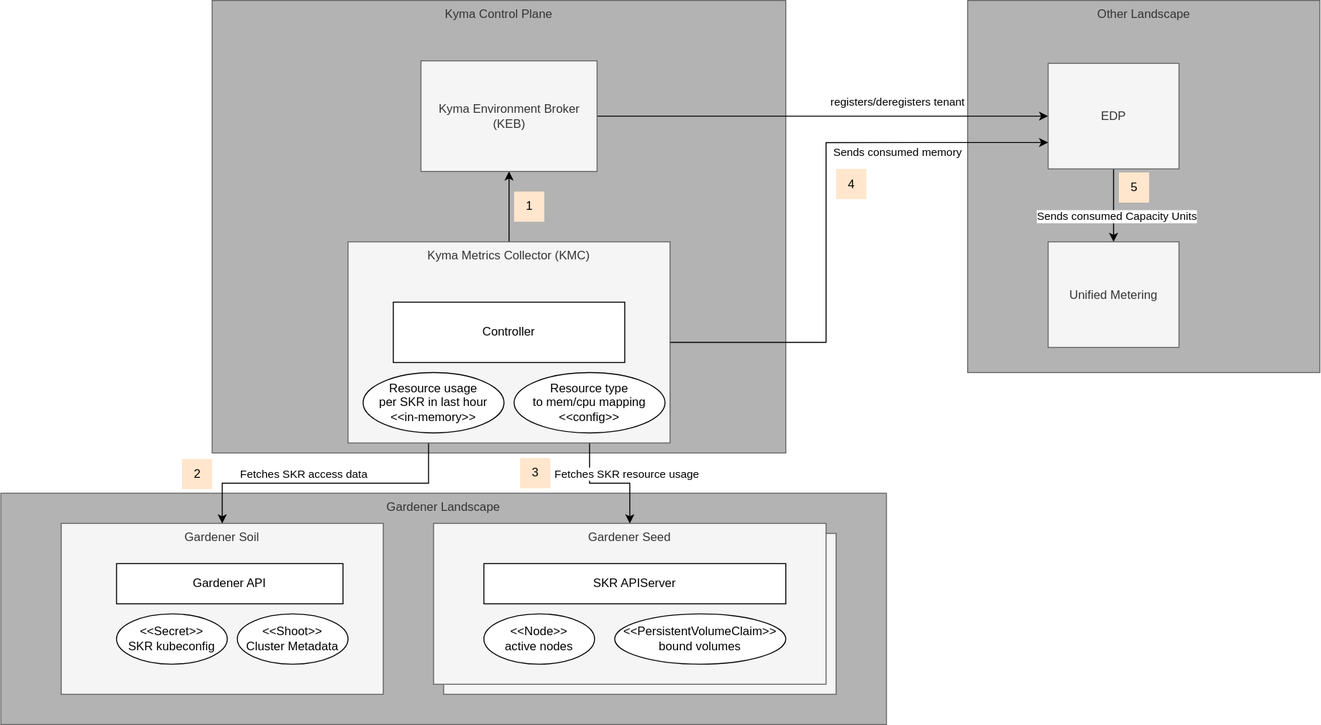
Earlier version of the draw.io export docs/contributor/assets/arch.drawio.svg (kyma-project/kyma-metrics-collector). Source tidied: cells renumbered, new cells last; positions are measured from the earlier drawing's top-left corner, leaving out a move shared by most shapes. The source it was exported from:
```xml
<mxGraphModel>
  <root>
    <mxCell id="0" />
    <mxCell id="1" parent="0" />
    <mxCell id="2" value="Gardener Landscape" style="rounded=0;whiteSpace=wrap;html=1;verticalAlign=top;fillColor=#B3B3B3;fontColor=#333333;strokeColor=#666666;gradientColor=none;" parent="1" vertex="1">
      <mxGeometry y="490" width="880" height="230" as="geometry" />
    </mxCell>
    <mxCell id="3" value="Other Landscape" style="rounded=0;whiteSpace=wrap;html=1;verticalAlign=top;fillColor=#B3B3B3;fontColor=#333333;strokeColor=#666666;gradientColor=none;" parent="1" vertex="1">
      <mxGeometry x="960.7" width="350" height="370" as="geometry" />
    </mxCell>
    <mxCell id="4" value="Kyma Control Plane" style="rounded=0;whiteSpace=wrap;html=1;verticalAlign=top;fillColor=#B3B3B3;fontColor=#333333;strokeColor=#666666;gradientColor=none;" parent="1" vertex="1">
      <mxGeometry x="210" width="570" height="450" as="geometry" />
    </mxCell>
    <mxCell id="5" value="Gardener Seed" style="rounded=0;whiteSpace=wrap;html=1;fillColor=#f5f5f5;fontColor=#333333;strokeColor=#666666;verticalAlign=top;" parent="1" vertex="1">
      <mxGeometry x="440" y="530" width="390" height="160" as="geometry" />
    </mxCell>
    <mxCell id="6" value="Gardener Soil" style="rounded=0;whiteSpace=wrap;html=1;fillColor=#f5f5f5;fontColor=#333333;strokeColor=#666666;verticalAlign=top;" parent="1" vertex="1">
      <mxGeometry x="60" y="520" width="320" height="170" as="geometry" />
    </mxCell>
    <mxCell id="7" value="Gardener API" style="rounded=0;whiteSpace=wrap;html=1;" parent="1" vertex="1">
      <mxGeometry x="115" y="560" width="225" height="40" as="geometry" />
    </mxCell>
    <mxCell id="8" value="&amp;lt;&amp;lt;Secret&amp;gt;&amp;gt;&lt;br&gt;SKR kubeconfig" style="ellipse;whiteSpace=wrap;html=1;" parent="1" vertex="1">
      <mxGeometry x="115" y="610" width="110" height="50" as="geometry" />
    </mxCell>
    <mxCell id="9" value="&amp;lt;&amp;lt;Shoot&amp;gt;&amp;gt;&lt;br&gt;Cluster Metadata" style="ellipse;whiteSpace=wrap;html=1;" parent="1" vertex="1">
      <mxGeometry x="235" y="610" width="110" height="50" as="geometry" />
    </mxCell>
    <mxCell id="10" value="Gardener Seed" style="rounded=0;whiteSpace=wrap;html=1;fillColor=#f5f5f5;fontColor=#333333;strokeColor=#666666;verticalAlign=top;" parent="1" vertex="1">
      <mxGeometry x="430" y="520" width="390" height="160" as="geometry" />
    </mxCell>
    <mxCell id="11" value="SKR APIServer" style="rounded=0;whiteSpace=wrap;html=1;" parent="1" vertex="1">
      <mxGeometry x="480" y="560" width="300" height="40" as="geometry" />
    </mxCell>
    <mxCell id="12" value="&amp;lt;&amp;lt;Node&amp;gt;&amp;gt;&lt;br&gt;active nodes" style="ellipse;whiteSpace=wrap;html=1;" parent="1" vertex="1">
      <mxGeometry x="480" y="610" width="110" height="50" as="geometry" />
    </mxCell>
    <mxCell id="13" value="&amp;lt;&amp;lt;PersistentVolumeClaim&amp;gt;&amp;gt;&lt;br&gt;bound volumes" style="ellipse;whiteSpace=wrap;html=1;" parent="1" vertex="1">
      <mxGeometry x="610" y="610" width="170" height="50" as="geometry" />
    </mxCell>
    <mxCell id="14" style="edgeStyle=orthogonalEdgeStyle;rounded=0;jettySize=auto;html=1;exitX=0.25;exitY=1;exitDx=0;exitDy=0;" parent="1" edge="1" source="21" target="6">
      <mxGeometry relative="1" as="geometry" />
    </mxCell>
    <mxCell id="15" value="Fetches SKR access data" style="edgeLabel;html=1;align=center;verticalAlign=middle;" parent="14" vertex="1">
      <mxGeometry x="0.34" y="-4" relative="1" as="geometry">
        <mxPoint x="26" y="-6" as="offset" />
      </mxGeometry>
    </mxCell>
    <mxCell id="16" style="edgeStyle=orthogonalEdgeStyle;rounded=0;jettySize=auto;html=1;exitX=0.75;exitY=1;exitDx=0;exitDy=0;" parent="1" edge="1" source="21" target="10">
      <mxGeometry relative="1" as="geometry" />
    </mxCell>
    <mxCell id="17" value="Fetches SKR resource usage" style="edgeLabel;html=1;align=center;verticalAlign=middle;" parent="16" vertex="1">
      <mxGeometry x="0.17" y="4" relative="1" as="geometry">
        <mxPoint x="6" y="-6" as="offset" />
      </mxGeometry>
    </mxCell>
    <mxCell id="18" style="edgeStyle=orthogonalEdgeStyle;rounded=0;jettySize=auto;html=1;exitX=1;exitY=0.5;exitDx=0;exitDy=0;entryX=0;entryY=0.75;entryDx=0;entryDy=0;" parent="1" edge="1" source="21" target="28">
      <mxGeometry relative="1" as="geometry">
        <Array as="points">
          <mxPoint x="820" y="340" />
          <mxPoint x="820" y="141" />
        </Array>
      </mxGeometry>
    </mxCell>
    <mxCell id="19" value="Sends consumed memory" style="edgeLabel;html=1;align=center;verticalAlign=middle;" parent="18" vertex="1">
      <mxGeometry x="0.54" y="2" relative="1" as="geometry">
        <mxPoint x="-19" y="11" as="offset" />
      </mxGeometry>
    </mxCell>
    <mxCell id="20" style="edgeStyle=none;html=1;exitX=0.5;exitY=0;exitDx=0;exitDy=0;entryX=0.5;entryY=1;entryDx=0;entryDy=0;" parent="1" edge="1" source="21" target="25">
      <mxGeometry relative="1" as="geometry" />
    </mxCell>
    <mxCell id="21" value="Kyma Metrics Collector (KMC)" style="rounded=0;whiteSpace=wrap;html=1;fillColor=#f5f5f5;fontColor=#333333;strokeColor=#666666;verticalAlign=top;" parent="1" vertex="1">
      <mxGeometry x="345" y="240" width="320" height="200" as="geometry" />
    </mxCell>
    <mxCell id="22" value="Controller" style="rounded=0;whiteSpace=wrap;html=1;" parent="1" vertex="1">
      <mxGeometry x="390" y="300" width="230" height="60" as="geometry" />
    </mxCell>
    <mxCell id="23" style="edgeStyle=orthogonalEdgeStyle;rounded=0;jettySize=auto;html=1;exitX=1;exitY=0.5;exitDx=0;exitDy=0;" parent="1" edge="1" source="25" target="28">
      <mxGeometry relative="1" as="geometry" />
    </mxCell>
    <mxCell id="24" value="registers/deregisters tenant" style="edgeLabel;html=1;align=center;verticalAlign=middle;" parent="23" vertex="1">
      <mxGeometry x="0.53" y="1" relative="1" as="geometry">
        <mxPoint x="-45" y="-14" as="offset" />
      </mxGeometry>
    </mxCell>
    <mxCell id="25" value="Kyma Environment Broker (KEB)" style="rounded=0;whiteSpace=wrap;html=1;fillColor=#f5f5f5;fontColor=#333333;strokeColor=#666666;verticalAlign=middle;" parent="1" vertex="1">
      <mxGeometry x="417.5" y="60" width="175" height="110" as="geometry" />
    </mxCell>
    <mxCell id="26" style="edgeStyle=orthogonalEdgeStyle;rounded=0;jettySize=auto;html=1;entryX=0.5;entryY=0;entryDx=0;entryDy=0;" parent="1" edge="1" source="28" target="29">
      <mxGeometry relative="1" as="geometry" />
    </mxCell>
    <mxCell id="27" value="Sends consumed Capacity Units" style="edgeLabel;html=1;align=center;verticalAlign=middle;" parent="26" vertex="1">
      <mxGeometry x="0.27" y="3" relative="1" as="geometry">
        <mxPoint y="1" as="offset" />
      </mxGeometry>
    </mxCell>
    <mxCell id="28" value="EDP" style="rounded=0;whiteSpace=wrap;html=1;fillColor=#f5f5f5;fontColor=#333333;strokeColor=#666666;verticalAlign=middle;" parent="1" vertex="1">
      <mxGeometry x="1040.7" y="62.5" width="130" height="105" as="geometry" />
    </mxCell>
    <mxCell id="29" value="Unified Metering" style="rounded=0;whiteSpace=wrap;html=1;fillColor=#f5f5f5;fontColor=#333333;strokeColor=#666666;verticalAlign=middle;" parent="1" vertex="1">
      <mxGeometry x="1040.7" y="240" width="130" height="105" as="geometry" />
    </mxCell>
    <mxCell id="30" value="Resource usage&lt;br&gt;per SKR in last hour&lt;br&gt;&amp;lt;&amp;lt;in-memory&amp;gt;&amp;gt;" style="ellipse;whiteSpace=wrap;html=1;" parent="1" vertex="1">
      <mxGeometry x="360" y="370" width="140" height="60" as="geometry" />
    </mxCell>
    <mxCell id="31" value="Resource type&lt;br&gt;to mem/cpu mapping&lt;br&gt;&amp;lt;&amp;lt;config&amp;gt;&amp;gt;" style="ellipse;whiteSpace=wrap;html=1;" parent="1" vertex="1">
      <mxGeometry x="510" y="370" width="150" height="60" as="geometry" />
    </mxCell>
    <mxCell id="32" value="5" style="text;html=1;align=center;verticalAlign=middle;strokeColor=none;fillColor=#FFE6CC;" parent="1" vertex="1">
      <mxGeometry x="1111" y="171" width="30" height="30" as="geometry" />
    </mxCell>
    <mxCell id="33" value="4" style="text;html=1;align=center;verticalAlign=middle;strokeColor=none;fillColor=#FFE6CC;" parent="1" vertex="1">
      <mxGeometry x="830" y="167.5" width="30" height="30" as="geometry" />
    </mxCell>
    <mxCell id="34" value="1" style="text;html=1;align=center;verticalAlign=middle;strokeColor=none;fillColor=#FFE6CC;" parent="1" vertex="1">
      <mxGeometry x="510" y="190" width="30" height="30" as="geometry" />
    </mxCell>
    <mxCell id="35" value="2" style="text;html=1;align=center;verticalAlign=middle;strokeColor=none;fillColor=#FFE6CC;" parent="1" vertex="1">
      <mxGeometry x="180" y="456" width="30" height="30" as="geometry" />
    </mxCell>
    <mxCell id="36" value="3" style="text;html=1;align=center;verticalAlign=middle;strokeColor=none;fillColor=#FFE6CC;" parent="1" vertex="1">
      <mxGeometry x="516" y="455" width="30" height="30" as="geometry" />
    </mxCell>
  </root>
</mxGraphModel>
```
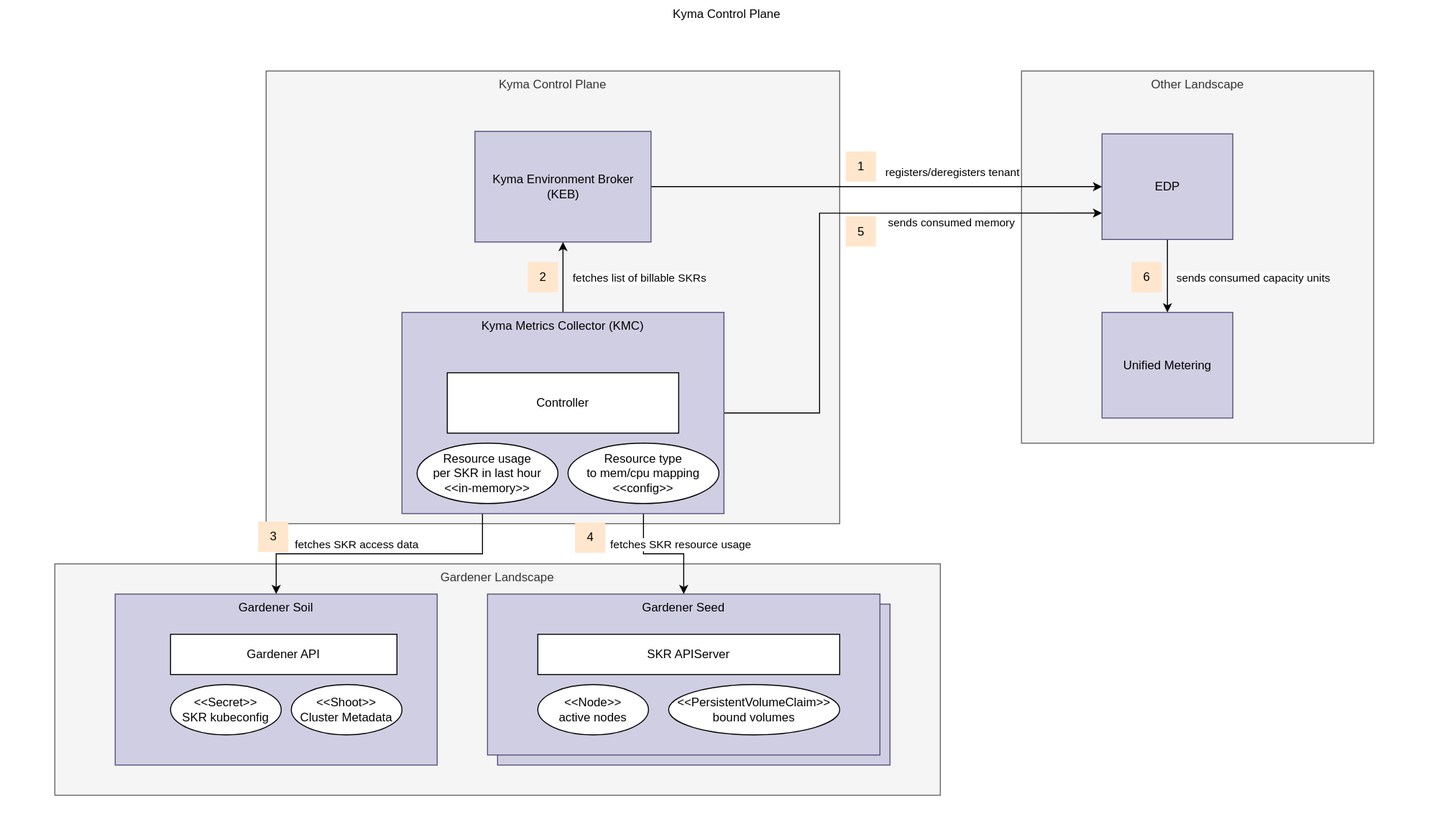
After the commit.

What changed in the source:
```diff
@@ -2,19 +2,22 @@
   <root>
     <mxCell id="0" />
     <mxCell id="1" parent="0" />
+    <mxCell id="37" value="Kyma Control Plane" style="rounded=0;whiteSpace=wrap;html=1;verticalAlign=top;strokeColor=none;" parent="1" vertex="1">
+      <mxGeometry x="-54" y="-70" width="1444" height="820" as="geometry" />
+    </mxCell>
-    <mxCell id="2" value="Gardener Landscape" style="rounded=0;whiteSpace=wrap;html=1;verticalAlign=top;fillColor=#B3B3B3;fontColor=#333333;strokeColor=#666666;gradientColor=none;" parent="1" vertex="1">
+    <mxCell id="2" value="Gardener Landscape" style="rounded=0;whiteSpace=wrap;html=1;verticalAlign=top;fillColor=#f5f5f5;fontColor=#333333;strokeColor=#666666;" parent="1" vertex="1">
       <mxGeometry y="490" width="880" height="230" as="geometry" />
     </mxCell>
-    <mxCell id="3" value="Other Landscape" style="rounded=0;whiteSpace=wrap;html=1;verticalAlign=top;fillColor=#B3B3B3;fontColor=#333333;strokeColor=#666666;gradientColor=none;" parent="1" vertex="1">
+    <mxCell id="3" value="Other Landscape" style="rounded=0;whiteSpace=wrap;html=1;verticalAlign=top;fillColor=#f5f5f5;fontColor=#333333;strokeColor=#666666;" parent="1" vertex="1">
       <mxGeometry x="960.7" width="350" height="370" as="geometry" />
     </mxCell>
-    <mxCell id="4" value="Kyma Control Plane" style="rounded=0;whiteSpace=wrap;html=1;verticalAlign=top;fillColor=#B3B3B3;fontColor=#333333;strokeColor=#666666;gradientColor=none;" parent="1" vertex="1">
+    <mxCell id="4" value="Kyma Control Plane" style="rounded=0;whiteSpace=wrap;html=1;verticalAlign=top;fillColor=#f5f5f5;fontColor=#333333;strokeColor=#666666;" parent="1" vertex="1">
       <mxGeometry x="210" width="570" height="450" as="geometry" />
     </mxCell>
-    <mxCell id="5" value="Gardener Seed" style="rounded=0;whiteSpace=wrap;html=1;fillColor=#f5f5f5;fontColor=#333333;strokeColor=#666666;verticalAlign=top;" parent="1" vertex="1">
+    <mxCell id="5" value="Gardener Seed" style="rounded=0;whiteSpace=wrap;html=1;fillColor=#d0cee2;strokeColor=#56517e;verticalAlign=top;" parent="1" vertex="1">
       <mxGeometry x="440" y="530" width="390" height="160" as="geometry" />
     </mxCell>
-    <mxCell id="6" value="Gardener Soil" style="rounded=0;whiteSpace=wrap;html=1;fillColor=#f5f5f5;fontColor=#333333;strokeColor=#666666;verticalAlign=top;" parent="1" vertex="1">
+    <mxCell id="6" value="Gardener Soil" style="rounded=0;whiteSpace=wrap;html=1;fillColor=#d0cee2;strokeColor=#56517e;verticalAlign=top;" parent="1" vertex="1">
       <mxGeometry x="60" y="520" width="320" height="170" as="geometry" />
     </mxCell>
     <mxCell id="7" value="Gardener API" style="rounded=0;whiteSpace=wrap;html=1;" parent="1" vertex="1">
@@ -26,7 +29,7 @@
     <mxCell id="9" value="&amp;lt;&amp;lt;Shoot&amp;gt;&amp;gt;&lt;br&gt;Cluster Metadata" style="ellipse;whiteSpace=wrap;html=1;" parent="1" vertex="1">
       <mxGeometry x="235" y="610" width="110" height="50" as="geometry" />
     </mxCell>
-    <mxCell id="10" value="Gardener Seed" style="rounded=0;whiteSpace=wrap;html=1;fillColor=#f5f5f5;fontColor=#333333;strokeColor=#666666;verticalAlign=top;" parent="1" vertex="1">
+    <mxCell id="10" value="Gardener Seed" style="rounded=0;whiteSpace=wrap;html=1;fillColor=#d0cee2;strokeColor=#56517e;verticalAlign=top;" parent="1" vertex="1">
       <mxGeometry x="430" y="520" width="390" height="160" as="geometry" />
     </mxCell>
     <mxCell id="11" value="SKR APIServer" style="rounded=0;whiteSpace=wrap;html=1;" parent="1" vertex="1">
@@ -41,7 +44,7 @@
     <mxCell id="14" style="edgeStyle=orthogonalEdgeStyle;rounded=0;jettySize=auto;html=1;exitX=0.25;exitY=1;exitDx=0;exitDy=0;" parent="1" edge="1" source="21" target="6">
       <mxGeometry relative="1" as="geometry" />
     </mxCell>
-    <mxCell id="15" value="Fetches SKR access data" style="edgeLabel;html=1;align=center;verticalAlign=middle;" parent="14" vertex="1">
+    <mxCell id="15" value="fetches SKR access data" style="edgeLabel;html=1;align=center;verticalAlign=middle;" parent="14" vertex="1">
       <mxGeometry x="0.34" y="-4" relative="1" as="geometry">
         <mxPoint x="26" y="-6" as="offset" />
       </mxGeometry>
@@ -49,7 +52,7 @@
     <mxCell id="16" style="edgeStyle=orthogonalEdgeStyle;rounded=0;jettySize=auto;html=1;exitX=0.75;exitY=1;exitDx=0;exitDy=0;" parent="1" edge="1" source="21" target="10">
       <mxGeometry relative="1" as="geometry" />
     </mxCell>
-    <mxCell id="17" value="Fetches SKR resource usage" style="edgeLabel;html=1;align=center;verticalAlign=middle;" parent="16" vertex="1">
+    <mxCell id="17" value="fetches SKR resource usage" style="edgeLabel;html=1;align=center;verticalAlign=middle;" parent="16" vertex="1">
       <mxGeometry x="0.17" y="4" relative="1" as="geometry">
         <mxPoint x="6" y="-6" as="offset" />
       </mxGeometry>
@@ -57,12 +60,12 @@
     <mxCell id="18" style="edgeStyle=orthogonalEdgeStyle;rounded=0;jettySize=auto;html=1;exitX=1;exitY=0.5;exitDx=0;exitDy=0;entryX=0;entryY=0.75;entryDx=0;entryDy=0;" parent="1" edge="1" source="21" target="28">
       <mxGeometry relative="1" as="geometry">
         <Array as="points">
-          <mxPoint x="820" y="340" />
-          <mxPoint x="820" y="141" />
+          <mxPoint x="760" y="340" />
+          <mxPoint x="760" y="141" />
         </Array>
       </mxGeometry>
     </mxCell>
-    <mxCell id="19" value="Sends consumed memory" style="edgeLabel;html=1;align=center;verticalAlign=middle;" parent="18" vertex="1">
+    <mxCell id="19" value="sends consumed memory" style="edgeLabel;html=1;align=center;verticalAlign=middle;" parent="18" vertex="1">
       <mxGeometry x="0.54" y="2" relative="1" as="geometry">
         <mxPoint x="-19" y="11" as="offset" />
       </mxGeometry>
@@ -70,7 +73,12 @@
     <mxCell id="20" style="edgeStyle=none;html=1;exitX=0.5;exitY=0;exitDx=0;exitDy=0;entryX=0.5;entryY=1;entryDx=0;entryDy=0;" parent="1" edge="1" source="21" target="25">
       <mxGeometry relative="1" as="geometry" />
     </mxCell>
+    <mxCell id="38" value="fetches list of billable SKRs" style="edgeLabel;html=1;align=center;verticalAlign=middle;" parent="20" vertex="1">
+      <mxGeometry x="-0.43" y="-4" relative="1" as="geometry">
+        <mxPoint x="71" y="-15" as="offset" />
+      </mxGeometry>
+    </mxCell>
-    <mxCell id="21" value="Kyma Metrics Collector (KMC)" style="rounded=0;whiteSpace=wrap;html=1;fillColor=#f5f5f5;fontColor=#333333;strokeColor=#666666;verticalAlign=top;" parent="1" vertex="1">
+    <mxCell id="21" value="Kyma Metrics Collector (KMC)" style="rounded=0;whiteSpace=wrap;html=1;fillColor=#d0cee2;strokeColor=#56517e;verticalAlign=top;" parent="1" vertex="1">
       <mxGeometry x="345" y="240" width="320" height="200" as="geometry" />
     </mxCell>
     <mxCell id="22" value="Controller" style="rounded=0;whiteSpace=wrap;html=1;" parent="1" vertex="1">
@@ -84,21 +92,21 @@
         <mxPoint x="-45" y="-14" as="offset" />
       </mxGeometry>
     </mxCell>
-    <mxCell id="25" value="Kyma Environment Broker (KEB)" style="rounded=0;whiteSpace=wrap;html=1;fillColor=#f5f5f5;fontColor=#333333;strokeColor=#666666;verticalAlign=middle;" parent="1" vertex="1">
+    <mxCell id="25" value="Kyma Environment Broker (KEB)" style="rounded=0;whiteSpace=wrap;html=1;fillColor=#d0cee2;strokeColor=#56517e;verticalAlign=middle;" parent="1" vertex="1">
       <mxGeometry x="417.5" y="60" width="175" height="110" as="geometry" />
     </mxCell>
     <mxCell id="26" style="edgeStyle=orthogonalEdgeStyle;rounded=0;jettySize=auto;html=1;entryX=0.5;entryY=0;entryDx=0;entryDy=0;" parent="1" edge="1" source="28" target="29">
       <mxGeometry relative="1" as="geometry" />
     </mxCell>
-    <mxCell id="27" value="Sends consumed Capacity Units" style="edgeLabel;html=1;align=center;verticalAlign=middle;" parent="26" vertex="1">
+    <mxCell id="27" value="sends consumed capacity units" style="edgeLabel;html=1;align=center;verticalAlign=middle;" parent="26" vertex="1">
       <mxGeometry x="0.27" y="3" relative="1" as="geometry">
-        <mxPoint y="1" as="offset" />
+        <mxPoint x="81" y="-9" as="offset" />
       </mxGeometry>
     </mxCell>
-    <mxCell id="28" value="EDP" style="rounded=0;whiteSpace=wrap;html=1;fillColor=#f5f5f5;fontColor=#333333;strokeColor=#666666;verticalAlign=middle;" parent="1" vertex="1">
+    <mxCell id="28" value="EDP" style="rounded=0;whiteSpace=wrap;html=1;fillColor=#d0cee2;strokeColor=#56517e;verticalAlign=middle;" parent="1" vertex="1">
       <mxGeometry x="1040.7" y="62.5" width="130" height="105" as="geometry" />
     </mxCell>
-    <mxCell id="29" value="Unified Metering" style="rounded=0;whiteSpace=wrap;html=1;fillColor=#f5f5f5;fontColor=#333333;strokeColor=#666666;verticalAlign=middle;" parent="1" vertex="1">
+    <mxCell id="29" value="Unified Metering" style="rounded=0;whiteSpace=wrap;html=1;fillColor=#d0cee2;strokeColor=#56517e;verticalAlign=middle;" parent="1" vertex="1">
       <mxGeometry x="1040.7" y="240" width="130" height="105" as="geometry" />
     </mxCell>
     <mxCell id="30" value="Resource usage&lt;br&gt;per SKR in last hour&lt;br&gt;&amp;lt;&amp;lt;in-memory&amp;gt;&amp;gt;" style="ellipse;whiteSpace=wrap;html=1;" parent="1" vertex="1">
@@ -108,19 +116,22 @@
       <mxGeometry x="510" y="370" width="150" height="60" as="geometry" />
     </mxCell>
     <mxCell id="32" value="5" style="text;html=1;align=center;verticalAlign=middle;strokeColor=none;fillColor=#FFE6CC;" parent="1" vertex="1">
-      <mxGeometry x="1111" y="171" width="30" height="30" as="geometry" />
+      <mxGeometry x="786" y="144.5" width="30" height="30" as="geometry" />
     </mxCell>
     <mxCell id="33" value="4" style="text;html=1;align=center;verticalAlign=middle;strokeColor=none;fillColor=#FFE6CC;" parent="1" vertex="1">
-      <mxGeometry x="830" y="167.5" width="30" height="30" as="geometry" />
+      <mxGeometry x="517" y="449" width="30" height="30" as="geometry" />
     </mxCell>
     <mxCell id="34" value="1" style="text;html=1;align=center;verticalAlign=middle;strokeColor=none;fillColor=#FFE6CC;" parent="1" vertex="1">
-      <mxGeometry x="510" y="190" width="30" height="30" as="geometry" />
+      <mxGeometry x="786" y="80" width="30" height="30" as="geometry" />
     </mxCell>
     <mxCell id="35" value="2" style="text;html=1;align=center;verticalAlign=middle;strokeColor=none;fillColor=#FFE6CC;" parent="1" vertex="1">
-      <mxGeometry x="180" y="456" width="30" height="30" as="geometry" />
+      <mxGeometry x="470" y="190" width="30" height="30" as="geometry" />
     </mxCell>
     <mxCell id="36" value="3" style="text;html=1;align=center;verticalAlign=middle;strokeColor=none;fillColor=#FFE6CC;" parent="1" vertex="1">
-      <mxGeometry x="516" y="455" width="30" height="30" as="geometry" />
+      <mxGeometry x="202" y="448" width="30" height="30" as="geometry" />
     </mxCell>
+    <mxCell id="39" value="6" style="text;html=1;align=center;verticalAlign=middle;strokeColor=none;fillColor=#FFE6CC;" parent="1" vertex="1">
+      <mxGeometry x="1070" y="190" width="30" height="30" as="geometry" />
+    </mxCell>
   </root>
 </mxGraphModel>
```
